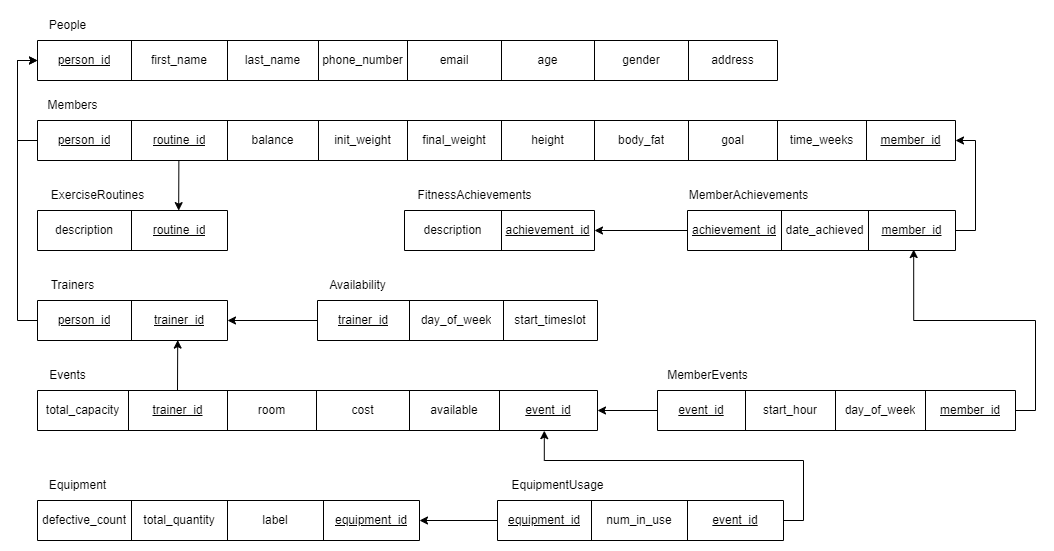
This is Final Project Diagrams/Relational Database Schema Diagram.png from kayeonalvina/Health-and-Fitness-Club-Management-System, a draw.io export, as it was before one commit. Source tidied: cells renumbered, new cells last; positions are measured from the earlier drawing's top-left corner, leaving out a move shared by most shapes.
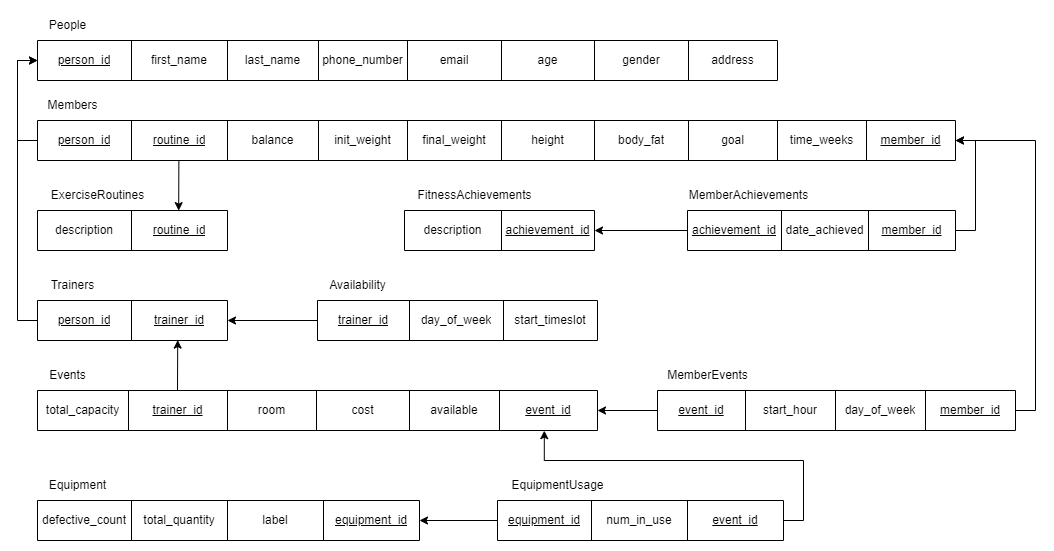
The same file after the commit.

Commit message:
schema replaced

What changed in the source:
```diff
@@ -265,7 +265,7 @@
         <mxPoint x="140" y="380" as="sourcePoint" />
       </mxGeometry>
     </mxCell>
-    <mxCell id="89" style="edgeStyle=orthogonalEdgeStyle;rounded=0;jettySize=auto;html=1;exitX=1;exitY=0.5;exitDx=0;exitDy=0;entryX=0.844;entryY=0.976;entryDx=0;entryDy=0;entryPerimeter=0;" parent="1" edge="1" source="35" target="17">
+    <mxCell id="89" style="edgeStyle=orthogonalEdgeStyle;rounded=0;jettySize=auto;html=1;exitX=1;exitY=0.5;exitDx=0;exitDy=0;entryX=1;entryY=0.5;entryDx=0;entryDy=0;" parent="1" edge="1" source="35" target="52">
       <mxGeometry relative="1" as="geometry" />
     </mxCell>
     <mxCell id="90" style="edgeStyle=orthogonalEdgeStyle;rounded=0;jettySize=auto;html=1;exitX=0;exitY=0.5;exitDx=0;exitDy=0;entryX=1;entryY=0.5;entryDx=0;entryDy=0;" parent="1" edge="1" source="35" target="27">
```
